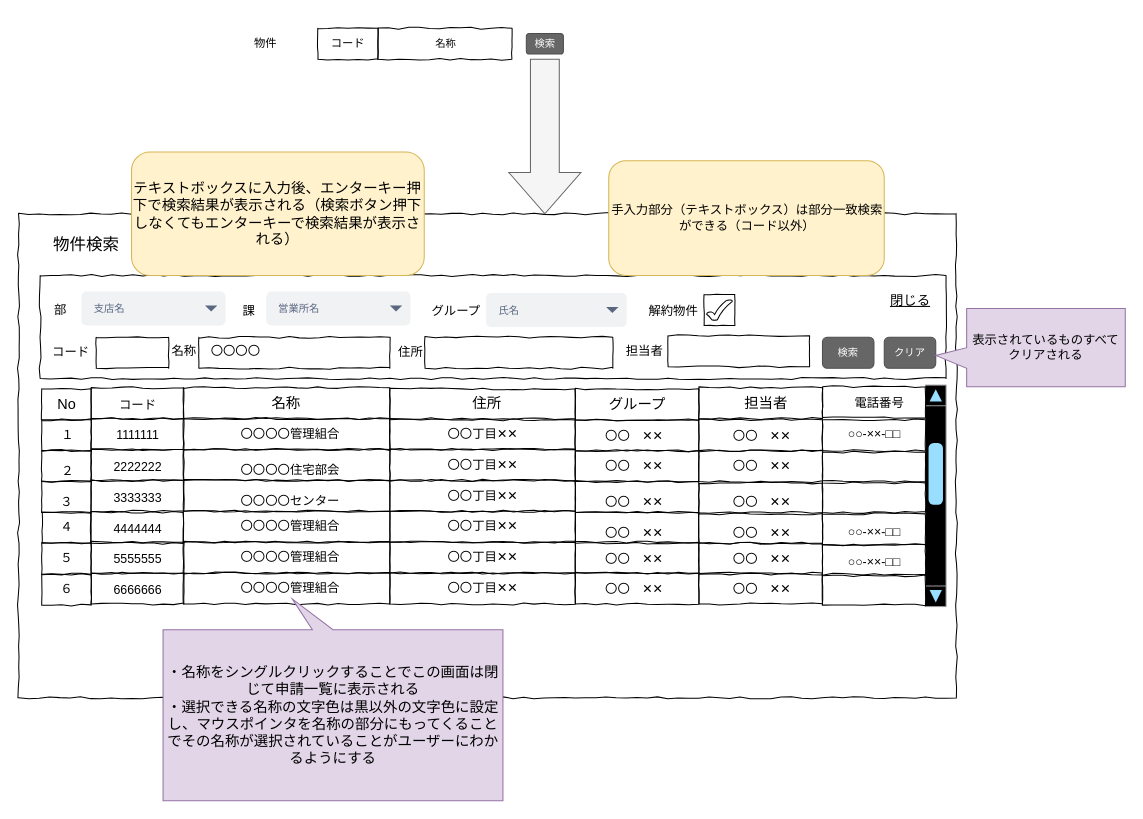
Above: page "s13物件検索" (3 of 10) of docs/設計資料/01_画面/画面イメージ.drawio in haphuongnt96/Django-REST-Practice (draw.io), before the change. Source tidied: cells renumbered, new cells numbered last; positions are measured from the earlier drawing's top-left corner, leaving out a move shared by most shapes. Both pictures are drawn from the tidied source at 103%, with x=0, y=0 at pixel (19, 18).
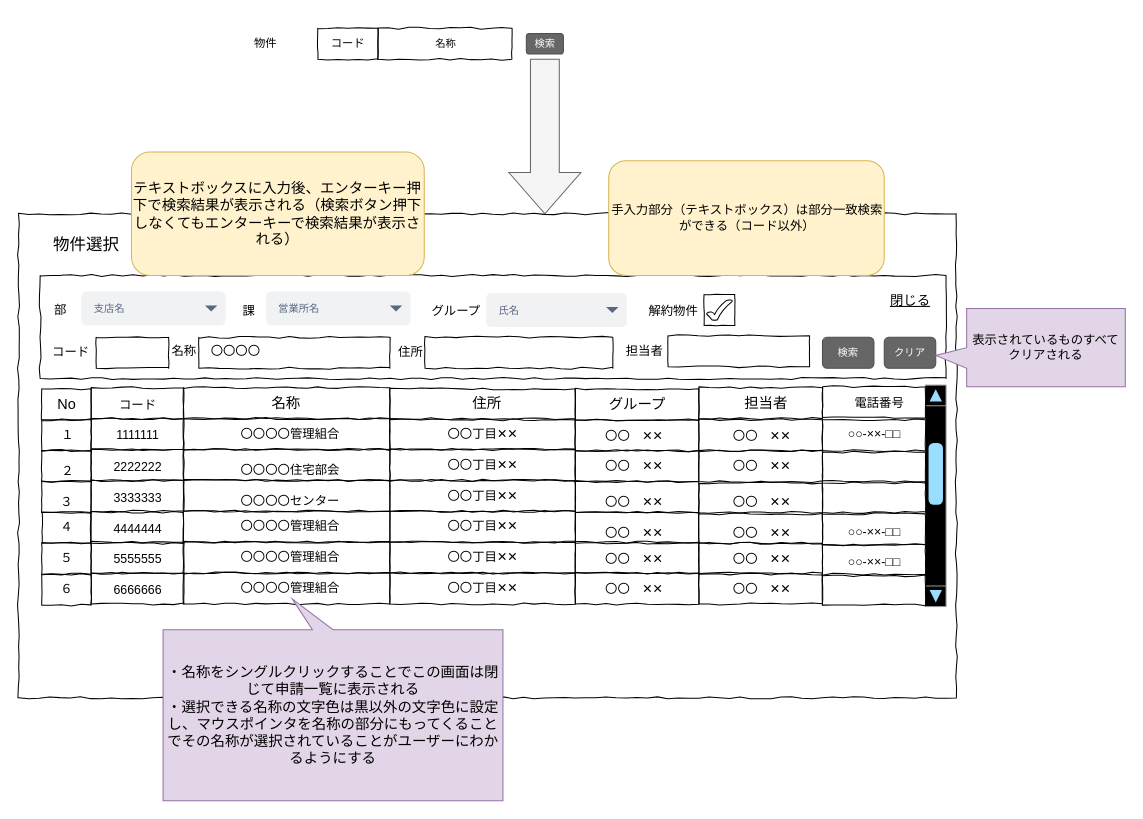
After the change.

What changed in the source:
```diff
@@
-    <mxCell id="3" value="&lt;span style=&quot;font-size: 16px&quot;&gt;物件検索&lt;/span&gt;" style="text;html=1;align=center;verticalAlign=middle;fillColor=none;strokeColor=none;rounded=0;dashed=1;fontSize=14;" parent="1" vertex="1">
+    <mxCell id="3" value="&lt;span style=&quot;font-size: 16px&quot;&gt;物件選択&lt;/span&gt;" style="text;html=1;align=center;verticalAlign=middle;fillColor=none;strokeColor=none;rounded=0;dashed=1;fontSize=14;" parent="1" vertex="1">
       <mxGeometry x="25.2" y="210" width="80" height="20" as="geometry" />
     </mxCell>
```
